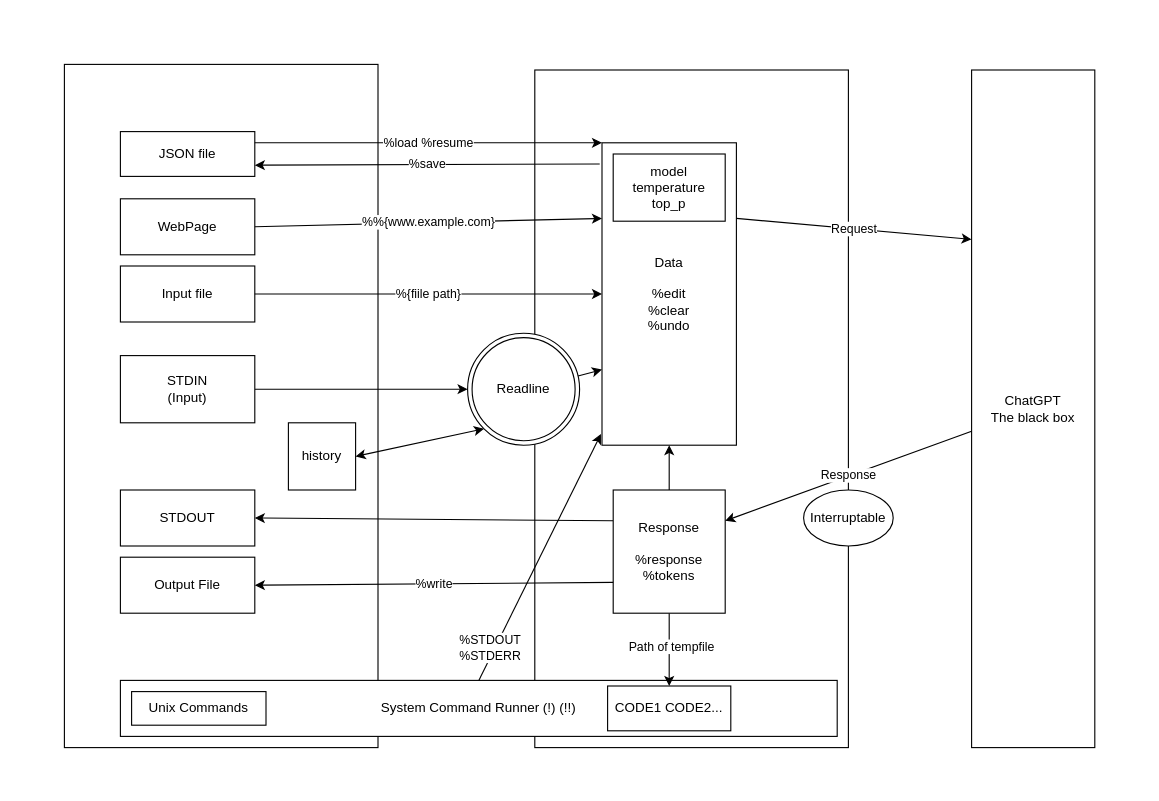
The draw.io diagram docs/overview.drawio in kojix2/chatgpt-cli, before the edit. Source tidied: cells renumbered, new cells numbered last; positions are measured from the earlier drawing's top-left corner, leaving out a move shared by most shapes. Both pictures are drawn from the tidied source at 112%, with x=0, y=0 at pixel (64, 64).
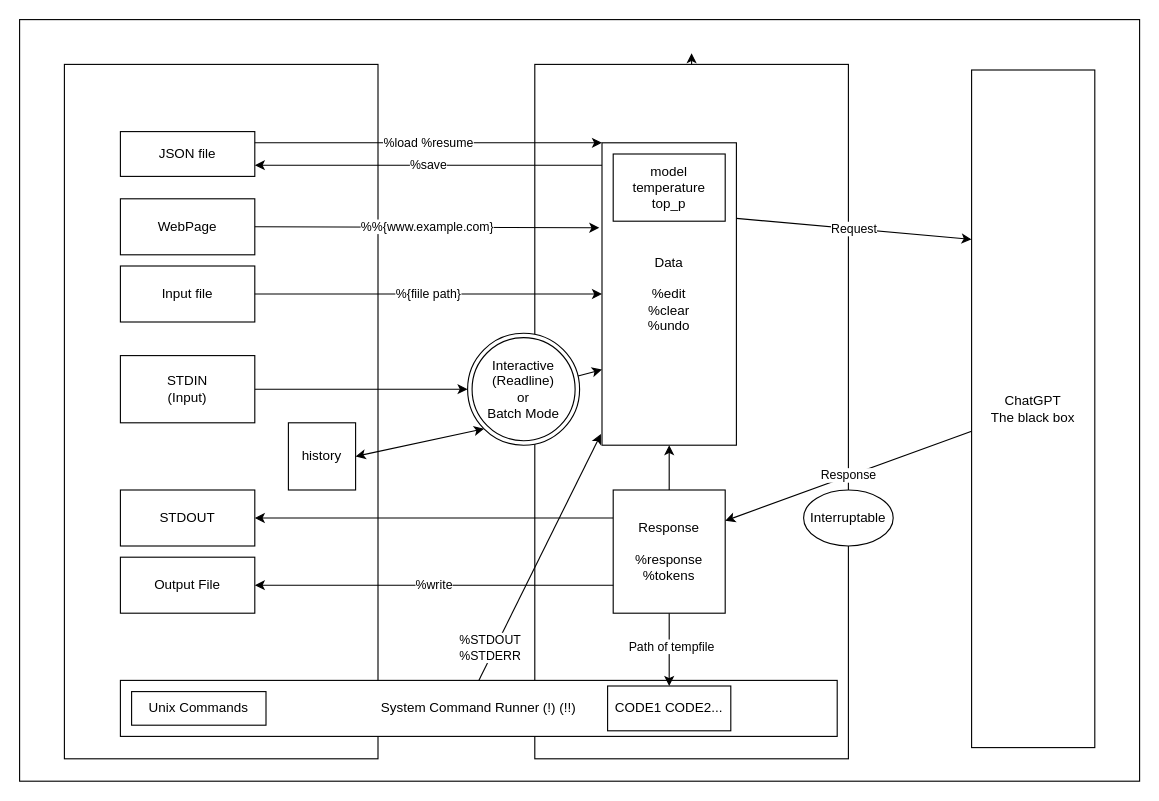
The same diagram, later.

Unchanged cells that the change refers to:
```xml
<mxCell id="6" value="Data&lt;br&gt;&lt;br&gt;%edit&lt;br&gt;%clear&lt;br&gt;%undo" style="rounded=0;whiteSpace=wrap;html=1;" parent="1" vertex="1">
  <mxGeometry x="480" y="70" width="120" height="270" as="geometry" />
</mxCell>
<mxCell id="9" value="WebPage" style="rounded=0;whiteSpace=wrap;html=1;" parent="1" vertex="1">
  <mxGeometry x="50" y="120" width="120" height="50" as="geometry" />
</mxCell>
<mxCell id="15" value="Response&lt;br&gt;&lt;br&gt;%response&lt;br&gt;%tokens" style="rounded=0;whiteSpace=wrap;html=1;" parent="1" vertex="1">
  <mxGeometry x="490" y="380" width="100" height="110" as="geometry" />
</mxCell>
<mxCell id="19" value="JSON file" style="rounded=0;whiteSpace=wrap;html=1;" parent="1" vertex="1">
  <mxGeometry x="50" y="60" width="120" height="40" as="geometry" />
</mxCell>
<mxCell id="26" value="STDOUT" style="rounded=0;whiteSpace=wrap;html=1;" parent="1" vertex="1">
  <mxGeometry x="50" y="380" width="120" height="50" as="geometry" />
</mxCell>
<mxCell id="28" value="Output File" style="rounded=0;whiteSpace=wrap;html=1;" parent="1" vertex="1">
  <mxGeometry x="50" y="440" width="120" height="50" as="geometry" />
</mxCell>
```

The edit, as a diff of the source:
```diff
@@
+    <mxCell id="36" style="rounded=0;whiteSpace=wrap;html=1;" parent="1" vertex="1">
+      <mxGeometry x="-40" y="-40" width="1000" height="680" as="geometry" />
+    </mxCell>
+    <mxCell id="37" style="edgeStyle=none;html=1;exitX=0.5;exitY=0;exitDx=0;exitDy=0;" parent="1" edge="1" source="2">
+      <mxGeometry relative="1" as="geometry">
+        <mxPoint x="560" y="-10" as="targetPoint" />
+      </mxGeometry>
+    </mxCell>
     <mxCell id="2" style="rounded=0;whiteSpace=wrap;html=1;" parent="1" vertex="1">
-      <mxGeometry x="420" y="5" width="280" height="605" as="geometry" />
+      <mxGeometry x="420" width="280" height="620" as="geometry" />
     </mxCell>
@@
     <mxCell id="4" style="rounded=0;whiteSpace=wrap;html=1;" parent="1" vertex="1">
-      <mxGeometry width="280" height="610" as="geometry" />
+      <mxGeometry width="280" height="620" as="geometry" />
     </mxCell>
@@
-    <mxCell id="11" value="%%{www.example.com}" style="endArrow=classic;html=1;exitX=1;exitY=0.5;exitDx=0;exitDy=0;entryX=0;entryY=0.25;entryDx=0;entryDy=0;" parent="1" edge="1" source="9" target="6">
+    <mxCell id="11" value="%%{www.example.com}" style="endArrow=classic;html=1;exitX=1;exitY=0.5;exitDx=0;exitDy=0;entryX=-0.02;entryY=0.281;entryDx=0;entryDy=0;entryPerimeter=0;" parent="1" edge="1" source="9" target="6">
       <mxGeometry relative="1" as="geometry" />
     </mxCell>
-    <mxCell id="12" style="edgeStyle=none;html=1;exitX=0;exitY=0.25;exitDx=0;exitDy=0;entryX=1;entryY=0.5;entryDx=0;entryDy=0;" parent="1" edge="1" source="15" target="26">
-      <mxGeometry relative="1" as="geometry" />
+    <mxCell id="12" style="edgeStyle=none;html=1;entryX=1;entryY=0.5;entryDx=0;entryDy=0;" parent="1" edge="1" target="26">
+      <mxGeometry relative="1" as="geometry">
+        <mxPoint x="490" y="405" as="sourcePoint" />
+      </mxGeometry>
     </mxCell>
@@
-    <mxCell id="18" value="%write" style="endArrow=classic;html=1;exitX=0;exitY=0.75;exitDx=0;exitDy=0;entryX=1;entryY=0.5;entryDx=0;entryDy=0;" parent="1" edge="1" source="15" target="28">
-      <mxGeometry relative="1" as="geometry" />
+    <mxCell id="18" value="%write" style="endArrow=classic;html=1;entryX=1;entryY=0.5;entryDx=0;entryDy=0;" parent="1" edge="1" target="28">
+      <mxGeometry relative="1" as="geometry">
+        <mxPoint x="490" y="465" as="sourcePoint" />
+      </mxGeometry>
     </mxCell>
@@
-    <mxCell id="21" value="%save" style="endArrow=classic;html=1;entryX=1;entryY=0.75;entryDx=0;entryDy=0;exitX=-0.017;exitY=0.07;exitDx=0;exitDy=0;exitPerimeter=0;" parent="1" edge="1" source="6" target="19">
-      <mxGeometry relative="1" as="geometry" />
+    <mxCell id="21" value="%save" style="endArrow=classic;html=1;entryX=1;entryY=0.75;entryDx=0;entryDy=0;" parent="1" edge="1" target="19">
+      <mxGeometry relative="1" as="geometry">
+        <mxPoint x="480" y="90" as="sourcePoint" />
+      </mxGeometry>
     </mxCell>
-    <mxCell id="22" value="Readline" style="ellipse;shape=doubleEllipse;whiteSpace=wrap;html=1;" parent="1" vertex="1">
+    <mxCell id="22" value="Interactive (Readline)&lt;br&gt;or&lt;br&gt;Batch Mode" style="ellipse;shape=doubleEllipse;whiteSpace=wrap;html=1;" parent="1" vertex="1">
       <mxGeometry x="360" y="240" width="100" height="100" as="geometry" />
     </mxCell>
```
